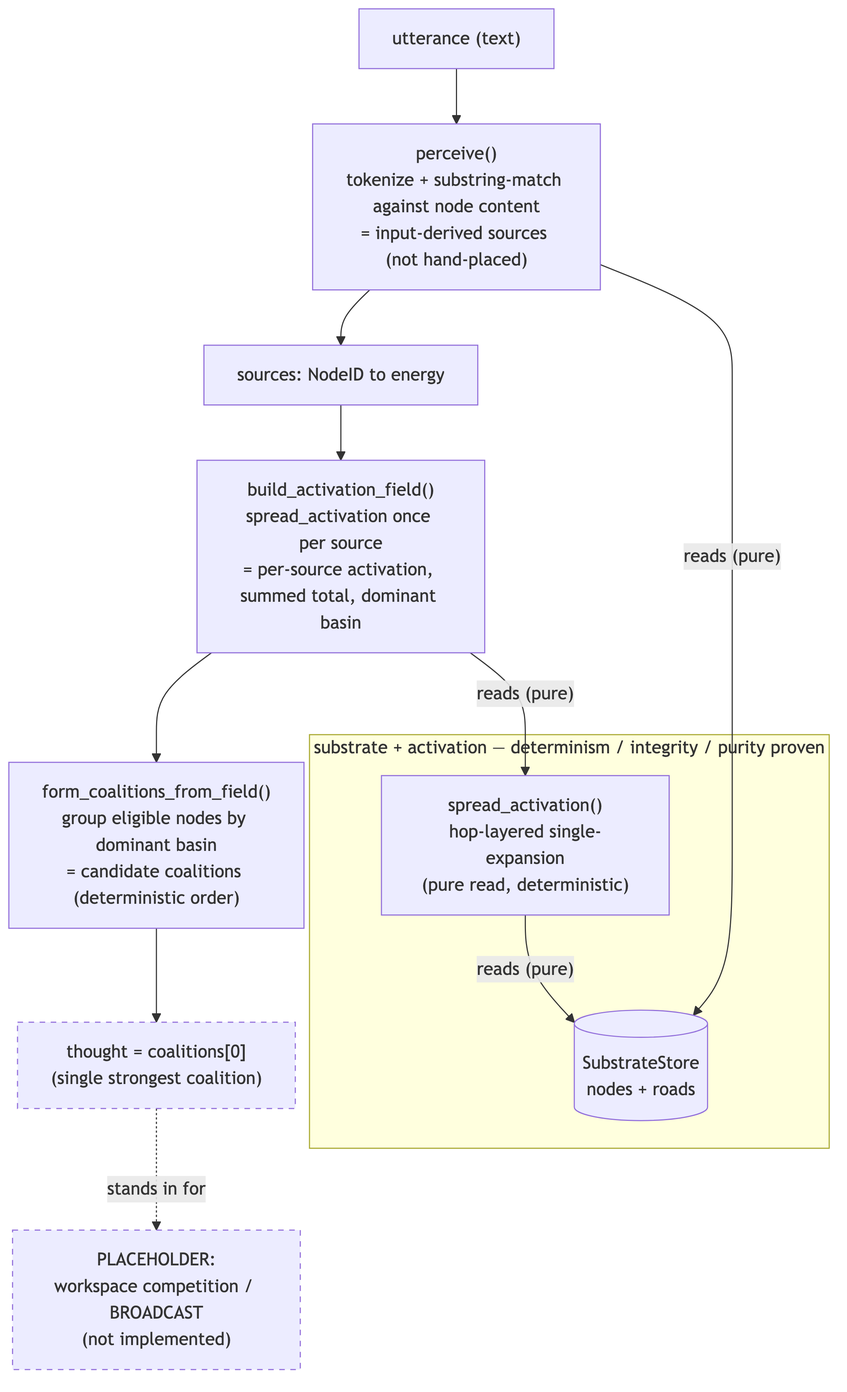
Earlier version of the Mermaid export docs/diagrams/rendered/pipeline.png (cagancaliskan/psyche). Its source is kept beside it as docs/diagrams/pipeline.mmd. The source it was exported from:
```mermaid
flowchart TD
    text["utterance (text)"]
    perceive["perceive()<br/>tokenize + substring-match against node content<br/>= input-derived sources (not hand-placed)"]
    sources["sources: NodeID to energy"]
    field["build_activation_field()<br/>spread_activation once per source<br/>= per-source activation, summed total, dominant basin"]
    coalitions["form_coalitions_from_field()<br/>group eligible nodes by dominant basin<br/>= candidate coalitions (deterministic order)"]
    thought["thought = coalitions[0]<br/>(single strongest coalition)"]
    broadcast["PLACEHOLDER:<br/>workspace competition / BROADCAST<br/>(not implemented)"]

    subgraph PROVEN["substrate + activation — determinism / integrity / purity proven"]
        store[("SubstrateStore<br/>nodes + roads")]
        spread["spread_activation()<br/>hop-layered single-expansion<br/>(pure read, deterministic)"]
    end

    text --> perceive --> sources --> field --> coalitions --> thought
    thought -. stands in for .-> broadcast
    field -- "reads (pure)" --> spread
    spread -- "reads (pure)" --> store
    perceive -- "reads (pure)" --> store

    classDef placeholder stroke-dasharray:5 5;
    class broadcast,thought placeholder;
```
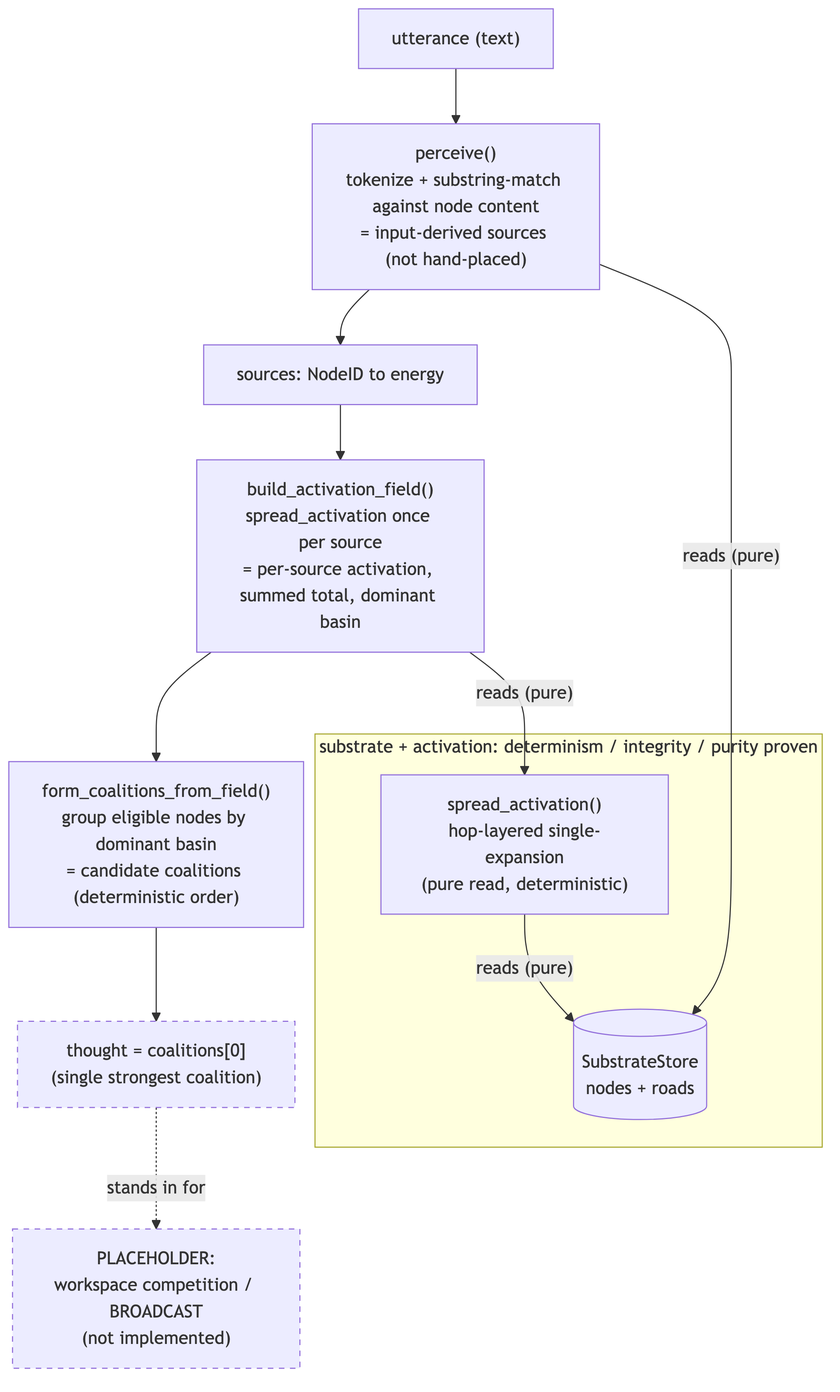
Later version of the same file.

What changed in the source:
```diff
@@ -7,7 +7,7 @@
     thought["thought = coalitions[0]<br/>(single strongest coalition)"]
     broadcast["PLACEHOLDER:<br/>workspace competition / BROADCAST<br/>(not implemented)"]
 
-    subgraph PROVEN["substrate + activation — determinism / integrity / purity proven"]
+    subgraph PROVEN["substrate + activation: determinism / integrity / purity proven"]
         store[("SubstrateStore<br/>nodes + roads")]
         spread["spread_activation()<br/>hop-layered single-expansion<br/>(pure read, deterministic)"]
     end
```
